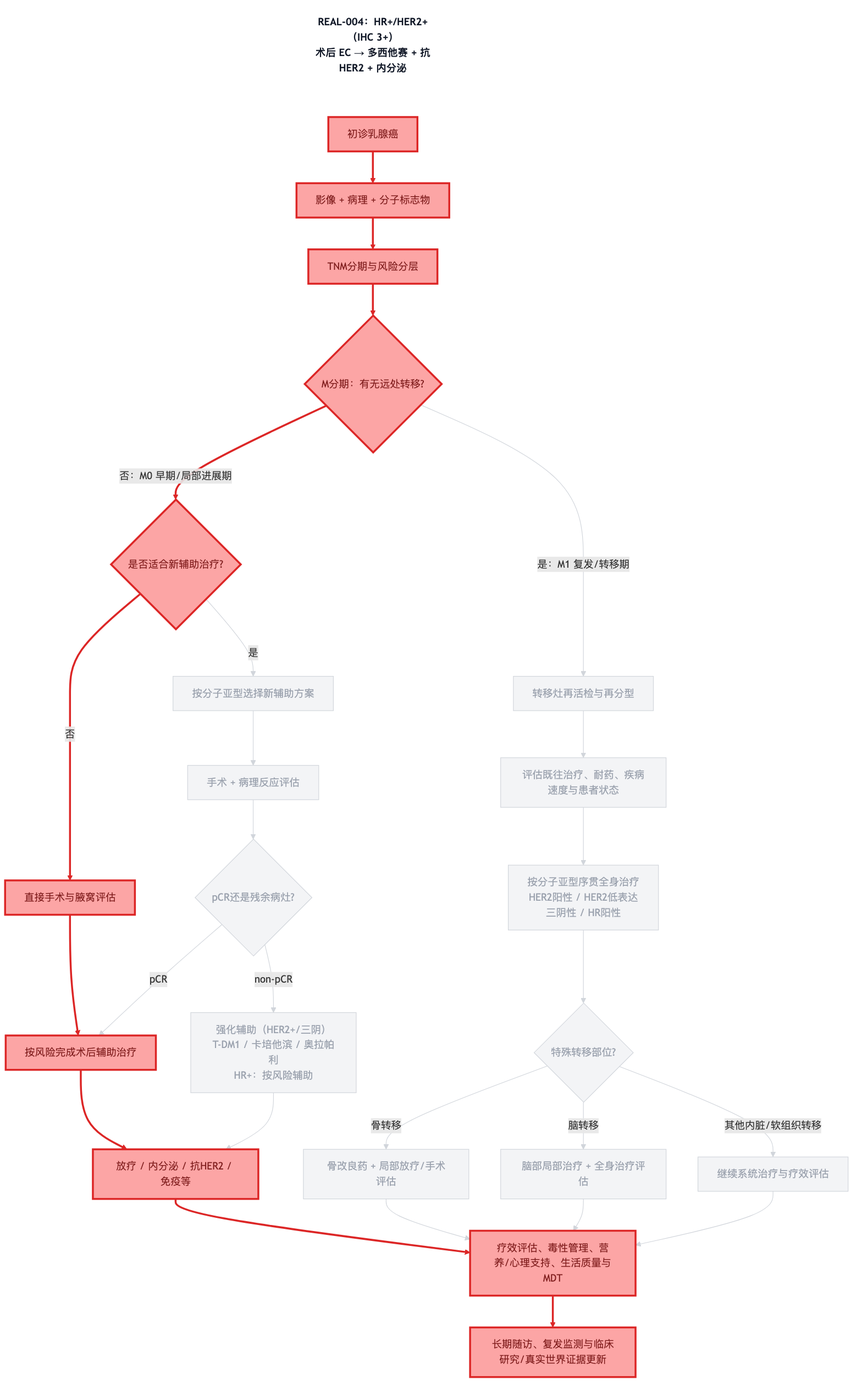
Before: diagrams/decision-chain-REAL-004.png, a diagram exported from Mermaid (dongjb741280/breast-cancer). Its source is kept beside it as diagrams/decision-chain-REAL-004.mmd.
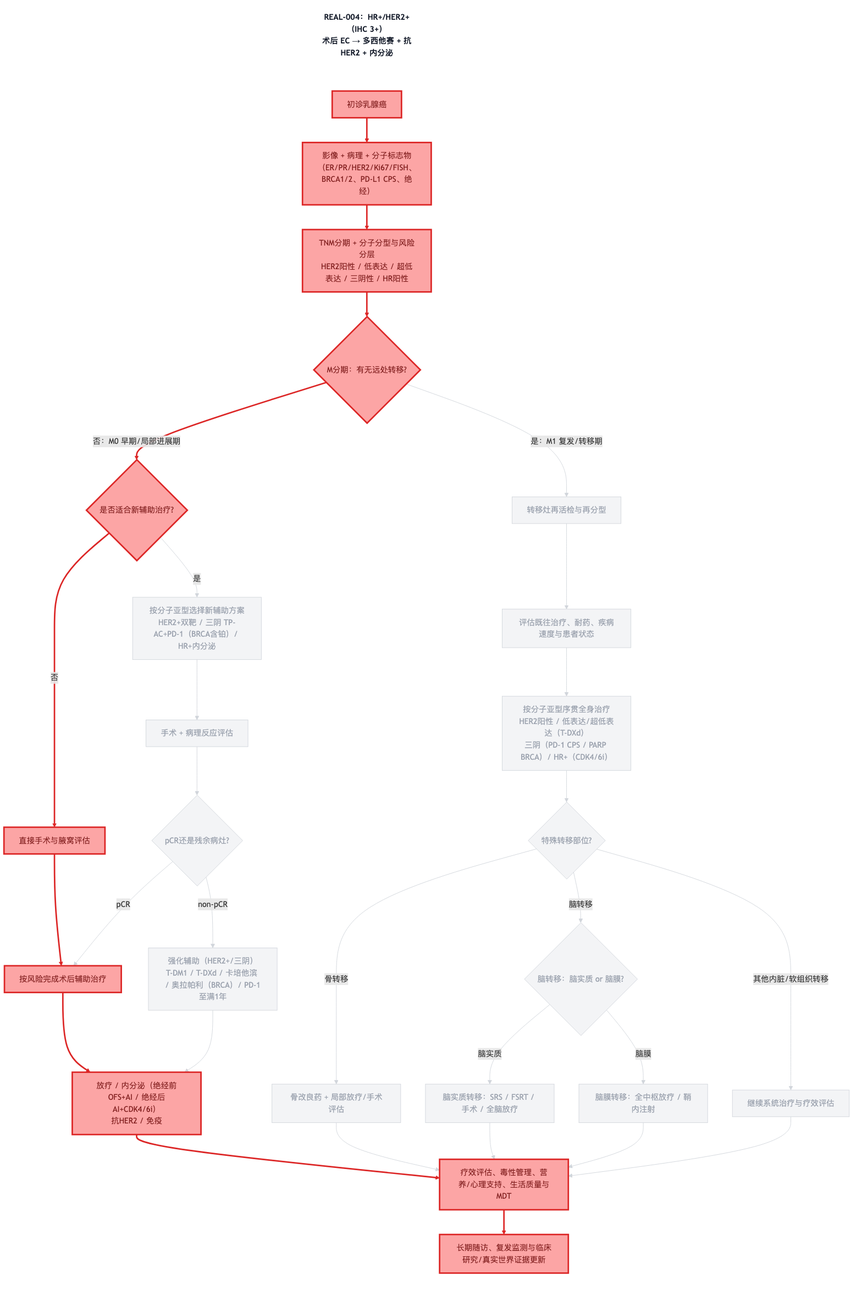
Later version of the same file.

What changed in the source:
```diff
@@ -1,23 +1,25 @@
 graph TD
     TITLE["REAL-004：HR+/HER2+（IHC 3+）<br/>术后 EC → 多西他赛 + 抗HER2 + 内分泌"]
     A[初诊乳腺癌]
-    B[影像 + 病理 + 分子标志物]
-    C[TNM分期与风险分层]
+    B[影像 + 病理 + 分子标志物<br/>（ER/PR/HER2/Ki67/FISH、BRCA1/2、PD-L1 CPS、绝经）]
+    C[TNM分期 + 分子分型与风险分层<br/>HER2阳性 / 低表达 / 超低表达 / 三阴性 / HR阳性]
     D{M分期：有无远处转移?}
     E{是否适合新辅助治疗?}
-    F[按分子亚型选择新辅助方案]
+    F[按分子亚型选择新辅助方案<br/>HER2+双靶 / 三阴 TP-AC+PD-1（BRCA含铂）/ HR+内分泌]
     G[直接手术与腋窝评估]
     H[手术 + 病理反应评估]
     I{pCR还是残余病灶?}
     J[按风险完成术后辅助治疗]
-    K[强化辅助（HER2+/三阴）<br/>T-DM1 / 卡培他滨 / 奥拉帕利<br/>HR+：按风险辅助]
-    L[放疗 / 内分泌 / 抗HER2 / 免疫等]
+    K[强化辅助（HER2+/三阴）<br/>T-DM1 / T-DXd / 卡培他滨 / 奥拉帕利（BRCA）/ PD-1至满1年]
+    L[放疗 / 内分泌（绝经前OFS+AI / 绝经后AI+CDK4/6i）<br/>抗HER2 / 免疫]
     M[转移灶再活检与再分型]
     N[评估既往治疗、耐药、疾病速度与患者状态]
-    O[按分子亚型序贯全身治疗<br/>HER2阳性 / HER2低表达<br/>三阴性 / HR阳性]
+    O[按分子亚型序贯全身治疗<br/>HER2阳性 / 低表达/超低表达（T-DXd）<br/>三阴（PD-1 CPS / PARP BRCA）/ HR+（CDK4/6i）]
     P{特殊转移部位?}
     Q[骨改良药 + 局部放疗/手术评估]
-    R[脑部局部治疗 + 全身治疗评估]
+    R{脑转移：脑实质 or 脑膜?}
+    R1[脑实质转移：SRS / FSRT / 手术 / 全脑放疗]
+    R2[脑膜转移：全中枢放疗 / 鞘内注射]
     S[继续系统治疗与疗效评估]
     T[疗效评估、毒性管理、营养/心理支持、生活质量与MDT]
     U[长期随访、复发监测与临床研究/真实世界证据更新]
@@ -41,9 +43,12 @@
     P -->|骨转移| Q
     P -->|脑转移| R
     P -->|其他内脏/软组织转移| S
+    R -->|脑实质| R1
+    R -->|脑膜| R2
     L --> T
     Q --> T
-    R --> T
+    R1 --> T
+    R2 --> T
     S --> T
     T --> U
     TITLE ~~~ A
@@ -69,6 +74,8 @@
     class P dim;
     class Q dim;
     class R dim;
+    class R1 dim;
+    class R2 dim;
     class S dim;
     class T path;
     class U path;
@@ -92,8 +99,11 @@
     linkStyle 17 stroke:#d1d5db,stroke-width:1px;
     linkStyle 18 stroke:#d1d5db,stroke-width:1px;
     linkStyle 19 stroke:#d1d5db,stroke-width:1px;
-    linkStyle 20 stroke:#dc2626,stroke-width:3px;
+    linkStyle 20 stroke:#d1d5db,stroke-width:1px;
     linkStyle 21 stroke:#d1d5db,stroke-width:1px;
-    linkStyle 22 stroke:#d1d5db,stroke-width:1px;
+    linkStyle 22 stroke:#dc2626,stroke-width:3px;
     linkStyle 23 stroke:#d1d5db,stroke-width:1px;
-    linkStyle 24 stroke:#dc2626,stroke-width:3px;
+    linkStyle 24 stroke:#d1d5db,stroke-width:1px;
+    linkStyle 25 stroke:#d1d5db,stroke-width:1px;
+    linkStyle 26 stroke:#d1d5db,stroke-width:1px;
+    linkStyle 27 stroke:#dc2626,stroke-width:3px;
```
